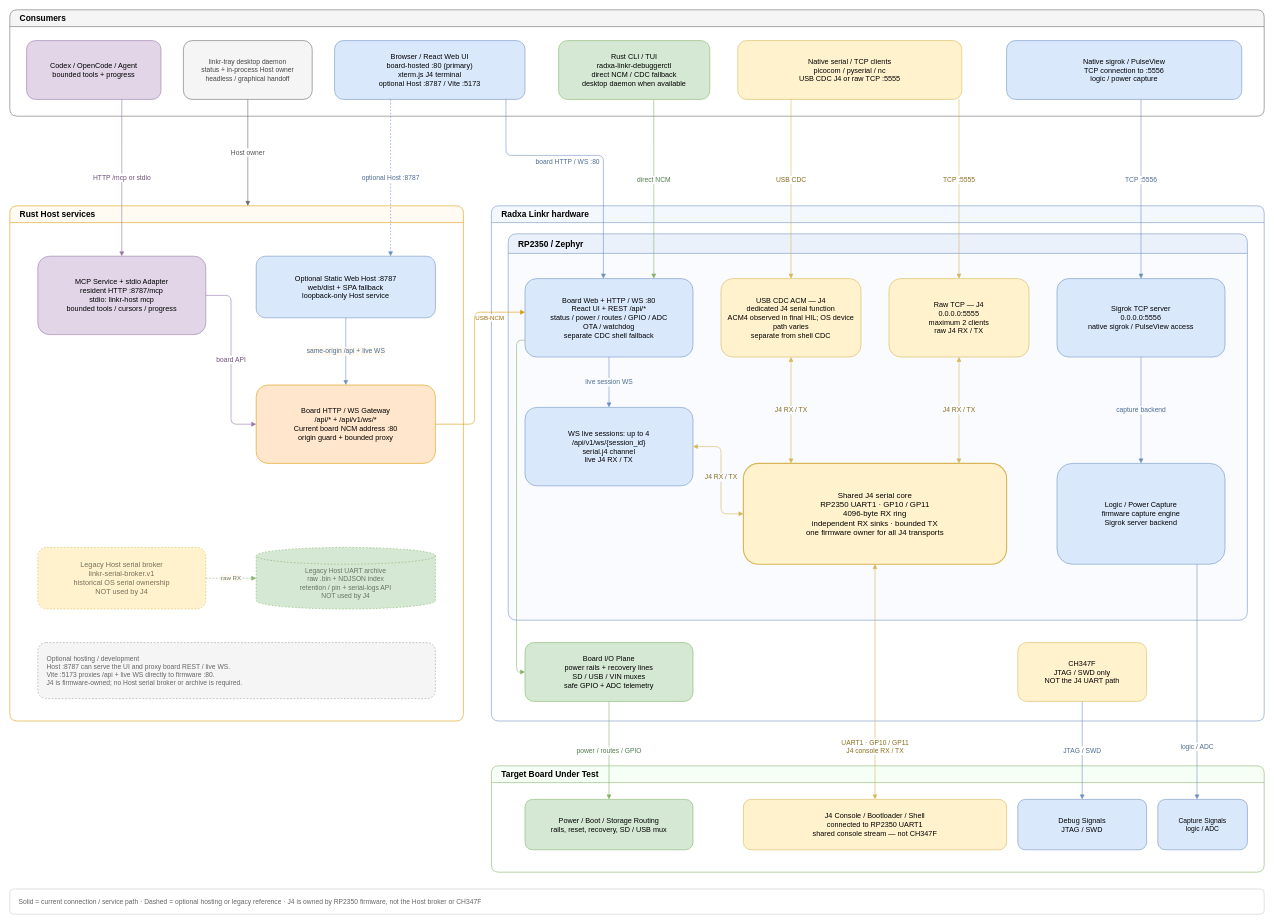
Before: docs/assets/architecture/current-system-architecture.drawio in xzl01/agent-debugboard, a draw.io diagram. Source tidied: cells renumbered, new cells numbered last; positions are measured from the earlier drawing's top-left corner, leaving out a move shared by most shapes. Both pictures are drawn from the tidied source at 56%, with x=0, y=0 at pixel (10, 10).
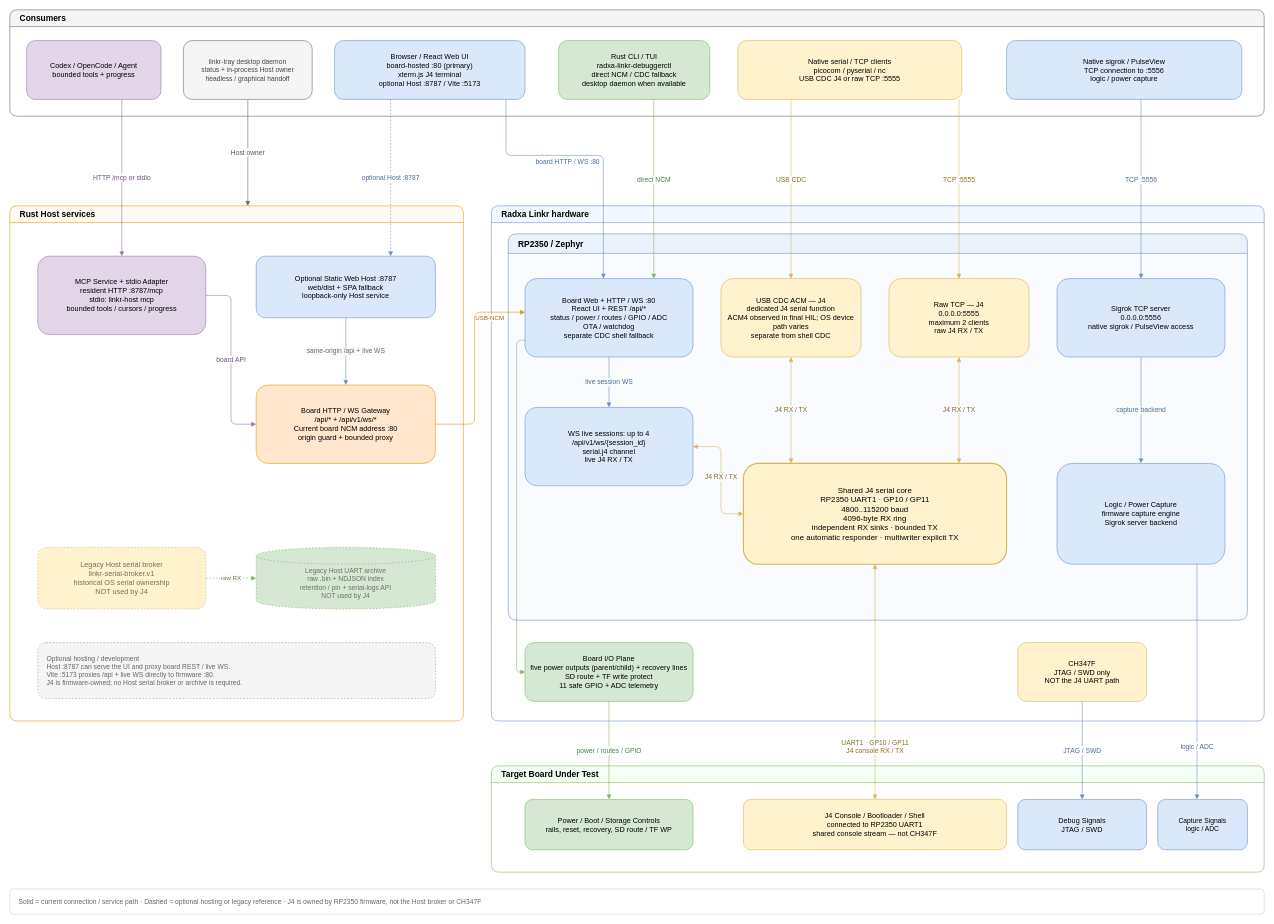
The same page after the edit.

The change refers to these unchanged cells:
```xml
<mxCell id="16" value="Radxa Linkr hardware" style="swimlane;startSize=30;rounded=1;whiteSpace=wrap;html=1;fillColor=#f3f8ff;strokeColor=#6c8ebf;fontStyle=1;fontSize=15;align=left;spacingLeft=16;" parent="1" vertex="1">
  <mxGeometry x="860" y="350" width="1380" height="920" as="geometry" />
</mxCell>
<mxCell id="17" value="RP2350 / Zephyr" style="swimlane;startSize=35;rounded=1;whiteSpace=wrap;html=1;fillColor=#eaf1fb;swimlaneFillColor=#f9fbff;strokeColor=#6c8ebf;fontStyle=1;fontSize=15;align=left;spacingLeft=16;" parent="16" vertex="1">
  <mxGeometry x="30" y="50" width="1320" height="690" as="geometry" />
</mxCell>
<mxCell id="27" value="Target Board Under Test" style="swimlane;startSize=30;rounded=1;whiteSpace=wrap;html=1;fillColor=#f5fff5;strokeColor=#82b366;fontStyle=1;fontSize=15;align=left;spacingLeft=16;" parent="1" vertex="1">
  <mxGeometry x="860" y="1350" width="1380" height="190" as="geometry" />
</mxCell>
```

Diff of the diagram source:
```diff
@@
-    <mxCell id="23" value="Shared J4 serial core&#10;RP2350 UART1 · GP10 / GP11&#10;4096-byte RX ring&#10;independent RX sinks · bounded TX&#10;one firmware owner for all J4 transports" style="rounded=1;whiteSpace=wrap;html=1;fillColor=#fff2cc;strokeColor=#d6b656;strokeWidth=2;fontSize=14;" parent="17" vertex="1">
+    <mxCell id="23" value="Shared J4 serial core&#10;RP2350 UART1 · GP10 / GP11&#10;4800..115200 baud&#10;4096-byte RX ring&#10;independent RX sinks · bounded TX&#10;one automatic responder · multiwriter explicit TX" style="rounded=1;whiteSpace=wrap;html=1;fillColor=#fff2cc;strokeColor=#d6b656;strokeWidth=2;fontSize=14;" parent="17" vertex="1">
       <mxGeometry x="420" y="410" width="470" height="180" as="geometry" />
     </mxCell>
@@
-    <mxCell id="25" value="Board I/O Plane&#10;power rails + recovery lines&#10;SD / USB / VIN muxes&#10;safe GPIO + ADC telemetry" style="rounded=1;whiteSpace=wrap;html=1;fillColor=#d5e8d4;strokeColor=#82b366;fontSize=13;" parent="16" vertex="1">
+    <mxCell id="25" value="Board I/O Plane&#10;five power outputs (parent/child) + recovery lines&#10;SD route + TF write protect&#10;11 safe GPIO + ADC telemetry" style="rounded=1;whiteSpace=wrap;html=1;fillColor=#d5e8d4;strokeColor=#82b366;fontSize=13;" parent="16" vertex="1">
       <mxGeometry x="60" y="780" width="300" height="105" as="geometry" />
     </mxCell>
@@
-    <mxCell id="28" value="Power / Boot / Storage Routing&#10;rails, reset, recovery, SD / USB mux" style="rounded=1;whiteSpace=wrap;html=1;fillColor=#d5e8d4;strokeColor=#82b366;fontSize=13;" parent="27" vertex="1">
+    <mxCell id="28" value="Power / Boot / Storage Controls&#10;rails, reset, recovery, SD route / TF WP" style="rounded=1;whiteSpace=wrap;html=1;fillColor=#d5e8d4;strokeColor=#82b366;fontSize=13;" parent="27" vertex="1">
       <mxGeometry x="60" y="60" width="300" height="90" as="geometry" />
     </mxCell>
```
